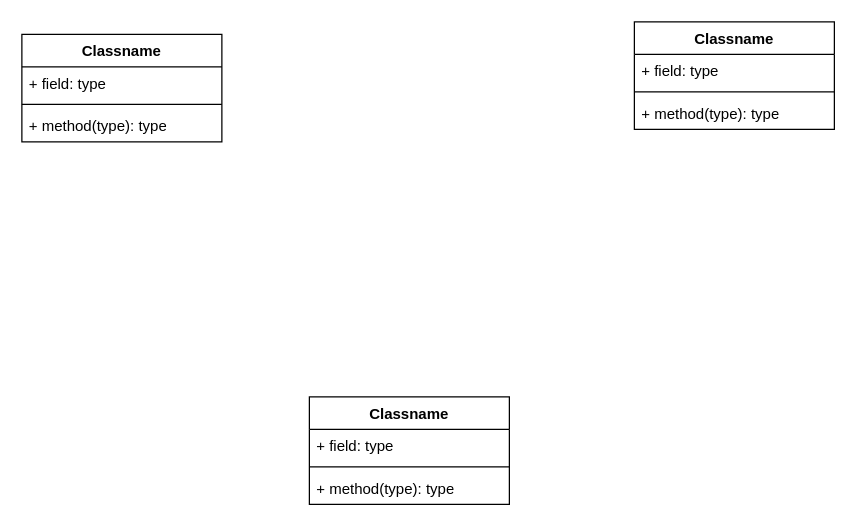
antonykimuom/SWEN30006-2025-SM1-workshop1-tuew05-14-00-team-12 keeps this draw.io diagram as workshop5-week6.drawio. Above is the earlier version. Source tidied: cells renumbered, new cells numbered last; positions are measured from the earlier drawing's top-left corner, leaving out a move shared by most shapes. Both pictures are drawn from the tidied source at 125%, with x=0, y=0 at pixel (21, 21).
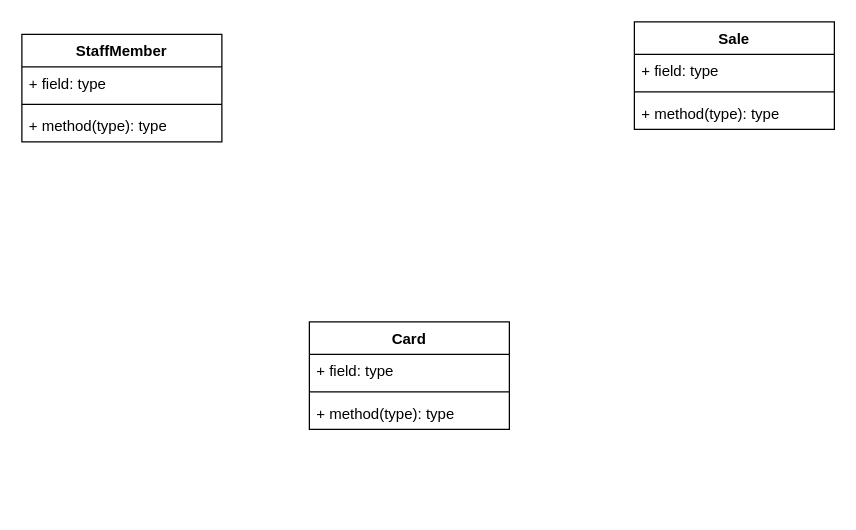
Above is the later version.

Commit message:
added class names

Diff of the diagram source:
```diff
@@
 <mxGraphModel>
   <root>
     <mxCell id="0" />
     <mxCell id="1" parent="0" />
-    <mxCell id="2" value="Classname" style="swimlane;fontStyle=1;align=center;verticalAlign=top;horizontal=1;startSize=26;whiteSpace=wrap;html=1;" parent="1" vertex="1">
+    <mxCell id="2" value="Sale" style="swimlane;fontStyle=1;align=center;verticalAlign=top;horizontal=1;startSize=26;whiteSpace=wrap;html=1;" parent="1" vertex="1">
       <mxGeometry x="490" width="160" height="86" as="geometry" />
     </mxCell>
     <mxCell id="3" value="+ field: type" style="text;strokeColor=none;fillColor=none;align=left;verticalAlign=top;spacingLeft=4;spacingRight=4;overflow=hidden;whiteSpace=wrap;html=1;" parent="2" vertex="1">
       <mxGeometry y="26" width="160" height="26" as="geometry" />
     </mxCell>
     <mxCell id="4" style="line;strokeWidth=1;fillColor=none;align=left;verticalAlign=middle;spacingTop=-1;spacingLeft=3;spacingRight=3;labelPosition=right;strokeColor=inherit;" parent="2" vertex="1">
       <mxGeometry y="52" width="160" height="8" as="geometry" />
     </mxCell>
     <mxCell id="5" value="+ method(type): type" style="text;strokeColor=none;fillColor=none;align=left;verticalAlign=top;spacingLeft=4;spacingRight=4;overflow=hidden;whiteSpace=wrap;html=1;" parent="2" vertex="1">
       <mxGeometry y="60" width="160" height="26" as="geometry" />
     </mxCell>
-    <mxCell id="6" value="Classname" style="swimlane;fontStyle=1;align=center;verticalAlign=top;horizontal=1;startSize=26;whiteSpace=wrap;html=1;" parent="1" vertex="1">
-      <mxGeometry x="230" y="300" width="160" height="86" as="geometry" />
+    <mxCell id="6" value="Card" style="swimlane;fontStyle=1;align=center;verticalAlign=top;horizontal=1;startSize=26;whiteSpace=wrap;html=1;" parent="1" vertex="1">
+      <mxGeometry x="230" y="240" width="160" height="86" as="geometry" />
     </mxCell>
     <mxCell id="7" value="+ field: type" style="text;strokeColor=none;fillColor=none;align=left;verticalAlign=top;spacingLeft=4;spacingRight=4;overflow=hidden;whiteSpace=wrap;html=1;" parent="6" vertex="1">
       <mxGeometry y="26" width="160" height="26" as="geometry" />
     </mxCell>
     <mxCell id="8" style="line;strokeWidth=1;fillColor=none;align=left;verticalAlign=middle;spacingTop=-1;spacingLeft=3;spacingRight=3;labelPosition=right;strokeColor=inherit;" parent="6" vertex="1">
       <mxGeometry y="52" width="160" height="8" as="geometry" />
     </mxCell>
     <mxCell id="9" value="+ method(type): type" style="text;strokeColor=none;fillColor=none;align=left;verticalAlign=top;spacingLeft=4;spacingRight=4;overflow=hidden;whiteSpace=wrap;html=1;" parent="6" vertex="1">
       <mxGeometry y="60" width="160" height="26" as="geometry" />
     </mxCell>
-    <mxCell id="10" value="Classname" style="swimlane;fontStyle=1;align=center;verticalAlign=top;horizontal=1;startSize=26;whiteSpace=wrap;html=1;" parent="1" vertex="1">
+    <mxCell id="10" value="StaffMember" style="swimlane;fontStyle=1;align=center;verticalAlign=top;horizontal=1;startSize=26;whiteSpace=wrap;html=1;" parent="1" vertex="1">
       <mxGeometry y="10" width="160" height="86" as="geometry" />
     </mxCell>
     <mxCell id="11" value="+ field: type" style="text;strokeColor=none;fillColor=none;align=left;verticalAlign=top;spacingLeft=4;spacingRight=4;overflow=hidden;whiteSpace=wrap;html=1;" parent="10" vertex="1">
       <mxGeometry y="26" width="160" height="26" as="geometry" />
     </mxCell>
     <mxCell id="12" style="line;strokeWidth=1;fillColor=none;align=left;verticalAlign=middle;spacingTop=-1;spacingLeft=3;spacingRight=3;labelPosition=right;strokeColor=inherit;" parent="10" vertex="1">
       <mxGeometry y="52" width="160" height="8" as="geometry" />
     </mxCell>
     <mxCell id="13" value="+ method(type): type" style="text;strokeColor=none;fillColor=none;align=left;verticalAlign=top;spacingLeft=4;spacingRight=4;overflow=hidden;whiteSpace=wrap;html=1;" parent="10" vertex="1">
       <mxGeometry y="60" width="160" height="26" as="geometry" />
     </mxCell>
   </root>
 </mxGraphModel>
```
